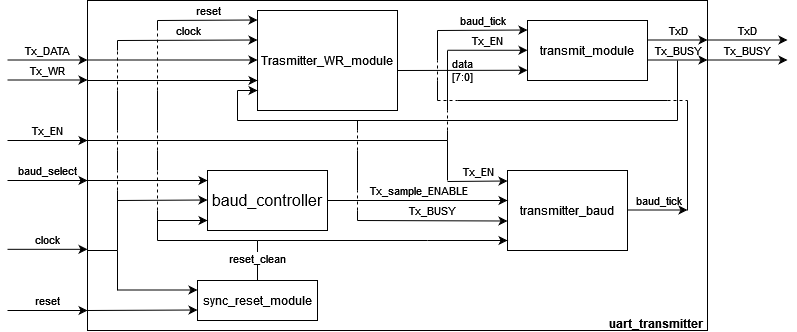
Above: project_2/project-2.diagrams/uart_transmitter_inside.drawio.png in gianath03/digital-circuit-lab (draw.io), before the change. Source tidied: cells renumbered, new cells last; positions are measured from the earlier drawing's top-left corner, leaving out a move shared by most shapes.
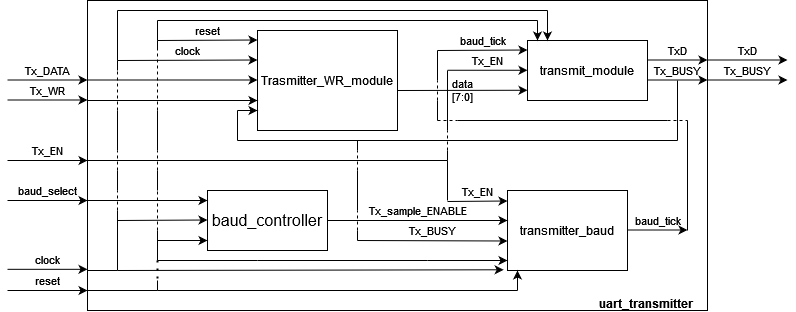
Later version of the same file.

Change to the diagram source:
```diff
@@ -3,12 +3,12 @@
     <mxCell id="0" />
     <mxCell id="1" parent="0" />
     <mxCell id="2" style="rounded=0;whiteSpace=wrap;html=1;fillColor=none;" parent="1" vertex="1">
-      <mxGeometry x="80" width="620" height="330" as="geometry" />
+      <mxGeometry x="80" y="-20" width="620" height="310" as="geometry" />
     </mxCell>
     <mxCell id="3" value="reset" style="endArrow=classic;html=1;rounded=0;labelBackgroundColor=none;labelPosition=center;verticalLabelPosition=top;align=center;verticalAlign=bottom;" parent="1" edge="1">
       <mxGeometry relative="1" as="geometry">
-        <mxPoint y="310" as="sourcePoint" />
-        <mxPoint x="80" y="310" as="targetPoint" />
+        <mxPoint y="270" as="sourcePoint" />
+        <mxPoint x="80" y="270" as="targetPoint" />
       </mxGeometry>
     </mxCell>
     <mxCell id="4" value="clock" style="endArrow=classic;html=1;rounded=0;labelBackgroundColor=none;labelPosition=center;verticalLabelPosition=top;align=center;verticalAlign=bottom;" parent="1" edge="1">
@@ -53,21 +53,11 @@
         <mxPoint x="780" y="59.5" as="targetPoint" />
       </mxGeometry>
     </mxCell>
-    <mxCell id="11" value="sync_reset_module" style="rounded=0;whiteSpace=wrap;html=1;fillColor=none;" parent="1" vertex="1">
-      <mxGeometry x="190" y="280" width="120" height="40" as="geometry" />
-    </mxCell>
-    <mxCell id="12" style="endArrow=classic;html=1;rounded=0;labelBackgroundColor=none;labelPosition=center;verticalLabelPosition=top;align=center;verticalAlign=bottom;" parent="1" edge="1">
+    <mxCell id="12" style="endArrow=classic;html=1;rounded=0;labelBackgroundColor=none;labelPosition=center;verticalLabelPosition=top;align=center;verticalAlign=bottom;entryX=-0.032;entryY=0.991;entryDx=0;entryDy=0;entryPerimeter=0;" parent="1" edge="1" target="25">
       <mxGeometry relative="1" as="geometry">
-        <mxPoint x="110" y="289.5" as="sourcePoint" />
-        <mxPoint x="190" y="289.5" as="targetPoint" />
+        <mxPoint x="110" y="250" as="sourcePoint" />
       </mxGeometry>
     </mxCell>
-    <mxCell id="13" style="endArrow=classic;html=1;rounded=0;labelBackgroundColor=none;labelPosition=center;verticalLabelPosition=top;align=center;verticalAlign=bottom;" parent="1" edge="1">
-      <mxGeometry relative="1" as="geometry">
-        <mxPoint x="80" y="310" as="sourcePoint" />
-        <mxPoint x="190" y="309.5" as="targetPoint" />
-      </mxGeometry>
-    </mxCell>
     <mxCell id="14" style="endArrow=classic;html=1;rounded=0;labelBackgroundColor=none;labelPosition=center;verticalLabelPosition=top;align=center;verticalAlign=bottom;" parent="1" edge="1">
       <mxGeometry relative="1" as="geometry">
         <mxPoint x="420" y="240" as="sourcePoint" />
@@ -307,15 +297,6 @@
         <mxPoint x="660" y="100" as="targetPoint" />
       </mxGeometry>
     </mxCell>
-    <mxCell id="56" style="endArrow=none;html=1;rounded=0;labelBackgroundColor=none;" parent="1" edge="1">
-      <mxGeometry relative="1" as="geometry">
-        <mxPoint x="250" y="280" as="sourcePoint" />
-        <mxPoint x="250" y="240" as="targetPoint" />
-      </mxGeometry>
-    </mxCell>
-    <mxCell id="57" value="reset_clean" style="edgeLabel;html=1;align=center;verticalAlign=middle;" parent="56" vertex="1">
-      <mxGeometry x="0.14" y="1" relative="1" as="geometry" />
-    </mxCell>
     <mxCell id="58" style="endArrow=none;html=1;rounded=0;" parent="1" edge="1">
       <mxGeometry relative="1" as="geometry">
         <mxPoint x="250" y="240" as="sourcePoint" />
@@ -340,12 +321,6 @@
         <mxPoint x="110" y="250" as="targetPoint" />
       </mxGeometry>
     </mxCell>
-    <mxCell id="62" style="endArrow=none;html=1;rounded=0;" parent="1" edge="1">
-      <mxGeometry relative="1" as="geometry">
-        <mxPoint x="110" y="290" as="sourcePoint" />
-        <mxPoint x="110" y="250" as="targetPoint" />
-      </mxGeometry>
-    </mxCell>
     <mxCell id="63" style="endArrow=none;html=1;rounded=0;" parent="1" edge="1">
       <mxGeometry relative="1" as="geometry">
         <mxPoint x="110" y="250" as="sourcePoint" />
@@ -425,7 +400,73 @@
       </mxGeometry>
     </mxCell>
     <mxCell id="76" value="uart_transmitter" style="text;whiteSpace=wrap;html=1;fontStyle=1;" parent="1" vertex="1">
-      <mxGeometry x="600" y="310" width="100" height="20" as="geometry" />
+      <mxGeometry x="590" y="270" width="100" height="20" as="geometry" />
     </mxCell>
+    <mxCell id="77" style="endArrow=none;html=1;rounded=0;" parent="1" edge="1">
+      <mxGeometry relative="1" as="geometry">
+        <mxPoint x="80" y="270" as="sourcePoint" />
+        <mxPoint x="150" y="270" as="targetPoint" />
+      </mxGeometry>
+    </mxCell>
+    <mxCell id="78" style="endArrow=none;dashed=1;html=1;dashPattern=1 3;strokeWidth=2;rounded=0;" parent="1" edge="1">
+      <mxGeometry relative="1" as="geometry">
+        <mxPoint x="150" y="240" as="sourcePoint" />
+        <mxPoint x="150" y="260" as="targetPoint" />
+      </mxGeometry>
+    </mxCell>
+    <mxCell id="79" style="endArrow=none;html=1;rounded=0;" parent="1" edge="1">
+      <mxGeometry relative="1" as="geometry">
+        <mxPoint x="150" y="270" as="sourcePoint" />
+        <mxPoint x="150" y="260" as="targetPoint" />
+      </mxGeometry>
+    </mxCell>
+    <mxCell id="80" style="endArrow=none;html=1;rounded=0;" parent="1" edge="1">
+      <mxGeometry relative="1" as="geometry">
+        <mxPoint x="110" y="40" as="sourcePoint" />
+        <mxPoint x="110" y="-10" as="targetPoint" />
+      </mxGeometry>
+    </mxCell>
+    <mxCell id="81" style="endArrow=none;html=1;rounded=0;" parent="1" edge="1">
+      <mxGeometry relative="1" as="geometry">
+        <mxPoint x="110" y="-10" as="sourcePoint" />
+        <mxPoint x="540" y="-10" as="targetPoint" />
+      </mxGeometry>
+    </mxCell>
+    <mxCell id="82" style="endArrow=none;html=1;rounded=0;" parent="1" edge="1">
+      <mxGeometry relative="1" as="geometry">
+        <mxPoint x="150" y="20" as="sourcePoint" />
+        <mxPoint x="150" as="targetPoint" />
+      </mxGeometry>
+    </mxCell>
+    <mxCell id="83" style="endArrow=none;html=1;rounded=0;" parent="1" edge="1">
+      <mxGeometry relative="1" as="geometry">
+        <mxPoint x="150" as="sourcePoint" />
+        <mxPoint x="530" as="targetPoint" />
+      </mxGeometry>
+    </mxCell>
+    <mxCell id="84" style="endArrow=classic;html=1;rounded=0;" parent="1" edge="1">
+      <mxGeometry relative="1" as="geometry">
+        <mxPoint x="530" as="sourcePoint" />
+        <mxPoint x="530" y="20" as="targetPoint" />
+      </mxGeometry>
+    </mxCell>
+    <mxCell id="85" style="endArrow=classic;html=1;rounded=0;" parent="1" edge="1">
+      <mxGeometry relative="1" as="geometry">
+        <mxPoint x="540" y="-10" as="sourcePoint" />
+        <mxPoint x="540" y="20" as="targetPoint" />
+      </mxGeometry>
+    </mxCell>
+    <mxCell id="86" style="endArrow=none;html=1;rounded=0;" parent="1" edge="1">
+      <mxGeometry relative="1" as="geometry">
+        <mxPoint x="150" y="270" as="sourcePoint" />
+        <mxPoint x="510" y="270" as="targetPoint" />
+      </mxGeometry>
+    </mxCell>
+    <mxCell id="87" style="endArrow=classic;html=1;rounded=0;" parent="1" edge="1">
+      <mxGeometry relative="1" as="geometry">
+        <mxPoint x="510" y="270" as="sourcePoint" />
+        <mxPoint x="510" y="250" as="targetPoint" />
+      </mxGeometry>
+    </mxCell>
   </root>
 </mxGraphModel>
```
